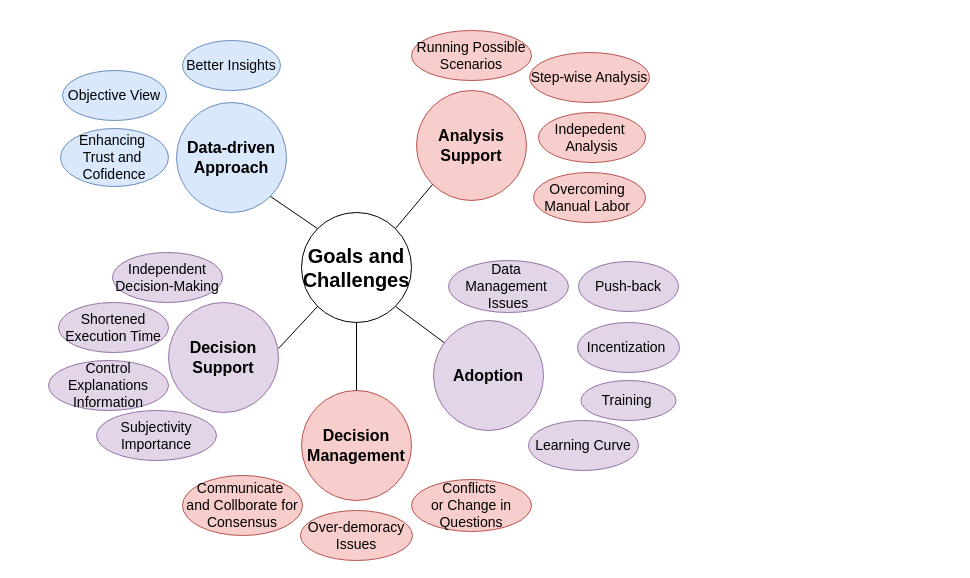
This is ext/biz-findings-coherence.drawio from raeeschaudhary/Coursera_Exams, a draw.io file, before an edit. Source tidied: cells renumbered, new cells numbered last; positions are measured from the earlier drawing's top-left corner, leaving out a move shared by most shapes. Both pictures are drawn from the tidied source at 100%, with x=0, y=0 at pixel (48, 30).
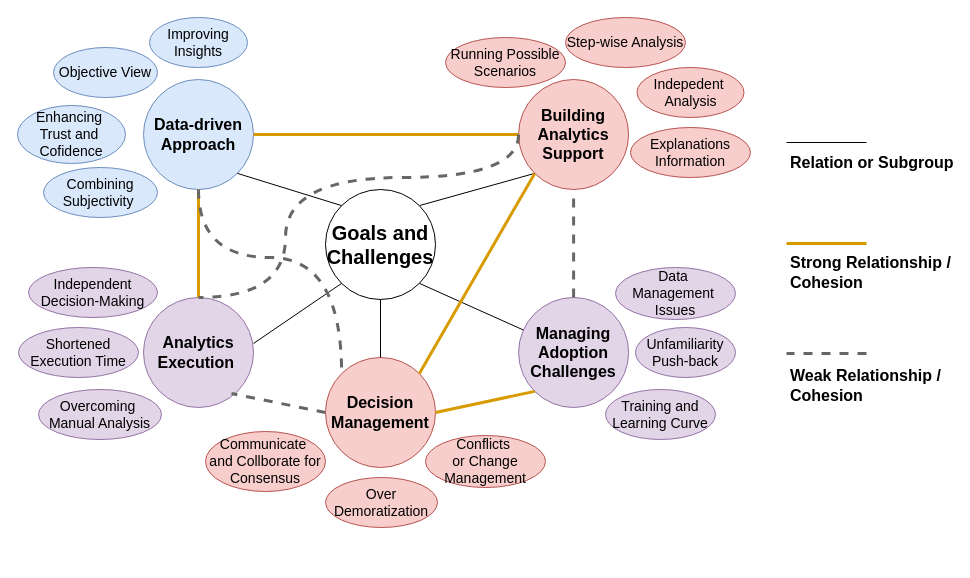
The same page after the edit.

Diff of the diagram source:
```diff
@@
     <mxCell id="2" value="Data-driven Approach" style="ellipse;whiteSpace=wrap;html=1;fontFamily=corbel;fontSize=16;fontStyle=1;fillColor=#dae8fc;strokeColor=#6c8ebf;" parent="1" vertex="1">
-      <mxGeometry x="128" y="72" width="110" height="110" as="geometry" />
+      <mxGeometry x="95" y="49" width="110" height="110" as="geometry" />
     </mxCell>
-    <mxCell id="3" value="Analysis Support" style="ellipse;whiteSpace=wrap;html=1;fontFamily=corbel;fontSize=16;fontStyle=1;fillColor=#f8cecc;strokeColor=#b85450;" parent="1" vertex="1">
-      <mxGeometry x="368" y="60" width="110" height="110" as="geometry" />
+    <mxCell id="3" value="Building Analytics Support" style="ellipse;whiteSpace=wrap;html=1;fontFamily=corbel;fontSize=16;fontStyle=1;fillColor=#f8cecc;strokeColor=#b85450;" parent="1" vertex="1">
+      <mxGeometry x="470.1" y="49" width="110" height="110" as="geometry" />
     </mxCell>
-    <mxCell id="4" value="Adoption" style="ellipse;whiteSpace=wrap;html=1;fontFamily=corbel;fontSize=16;fontStyle=1;fillColor=#e1d5e7;strokeColor=#9673a6;" parent="1" vertex="1">
-      <mxGeometry x="385" y="290" width="110" height="110" as="geometry" />
+    <mxCell id="4" value="Managing Adoption&lt;div&gt;Challenges&lt;/div&gt;" style="ellipse;whiteSpace=wrap;html=1;fontFamily=corbel;fontSize=16;fontStyle=1;fillColor=#e1d5e7;strokeColor=#9673a6;" parent="1" vertex="1">
+      <mxGeometry x="470.1" y="267" width="110" height="110" as="geometry" />
     </mxCell>
-    <mxCell id="5" value="Decision Support" style="ellipse;whiteSpace=wrap;html=1;fontFamily=corbel;fontSize=16;fontStyle=1;fillColor=#e1d5e7;strokeColor=#9673a6;" parent="1" vertex="1">
-      <mxGeometry x="120" y="272" width="110" height="110" as="geometry" />
+    <mxCell id="5" value="Analytics Execution&amp;nbsp;" style="ellipse;whiteSpace=wrap;html=1;fontFamily=corbel;fontSize=16;fontStyle=1;fillColor=#e1d5e7;strokeColor=#9673a6;" parent="1" vertex="1">
+      <mxGeometry x="95" y="267" width="110" height="110" as="geometry" />
     </mxCell>
     <mxCell id="6" value="Decision Management" style="ellipse;whiteSpace=wrap;html=1;fontFamily=corbel;fontSize=16;fontStyle=1;fillColor=#f8cecc;strokeColor=#b85450;" parent="1" vertex="1">
-      <mxGeometry x="253" y="360" width="110" height="110" as="geometry" />
+      <mxGeometry x="277" y="327" width="110" height="110" as="geometry" />
     </mxCell>
@@
     <mxCell id="8" value="Goals and Challenges" style="ellipse;whiteSpace=wrap;html=1;fontFamily=corbel;fontSize=20;fontStyle=1;" parent="1" vertex="1">
-      <mxGeometry x="253" y="182" width="110" height="110" as="geometry" />
+      <mxGeometry x="277" y="159" width="110" height="110" as="geometry" />
     </mxCell>
-    <mxCell id="9" value="Subjectivity Importance" style="ellipse;whiteSpace=wrap;html=1;fontFamily=corbel;fontSize=14;fillColor=#e1d5e7;strokeColor=#9673a6;" parent="1" vertex="1">
-      <mxGeometry x="48" y="380" width="120" height="50" as="geometry" />
+    <mxCell id="9" value="Combining Subjectivity&amp;nbsp;" style="ellipse;whiteSpace=wrap;html=1;fontFamily=corbel;fontSize=14;fillColor=#dae8fc;strokeColor=#6c8ebf;" parent="1" vertex="1">
+      <mxGeometry x="-5" y="137" width="114" height="50" as="geometry" />
     </mxCell>
     <mxCell id="10" value="Running Possible Scenarios" style="ellipse;whiteSpace=wrap;html=1;fontFamily=corbel;fontSize=14;fillColor=#f8cecc;strokeColor=#b85450;" parent="1" vertex="1">
-      <mxGeometry x="363" width="120" height="50" as="geometry" />
+      <mxGeometry x="397" y="7" width="120" height="50" as="geometry" />
     </mxCell>
     <mxCell id="11" value="Step-wise Analysis" style="ellipse;whiteSpace=wrap;html=1;fontFamily=corbel;fontSize=14;fillColor=#f8cecc;strokeColor=#b85450;" parent="1" vertex="1">
-      <mxGeometry x="481" y="22" width="120" height="50" as="geometry" />
+      <mxGeometry x="517" y="-13" width="120" height="50" as="geometry" />
     </mxCell>
     <mxCell id="12" value="Indepedent&amp;nbsp;&lt;div&gt;Analysis&lt;/div&gt;" style="ellipse;whiteSpace=wrap;html=1;fontFamily=corbel;fontSize=14;fillColor=#f8cecc;strokeColor=#b85450;" parent="1" vertex="1">
-      <mxGeometry x="490" y="82" width="107" height="50" as="geometry" />
+      <mxGeometry x="588.5" y="37" width="107" height="50" as="geometry" />
     </mxCell>
-    <mxCell id="13" value="Overcoming&amp;nbsp;&lt;div&gt;Manual Labor&amp;nbsp;&lt;/div&gt;" style="ellipse;whiteSpace=wrap;html=1;fontFamily=corbel;fontSize=14;fillColor=#f8cecc;strokeColor=#b85450;" parent="1" vertex="1">
-      <mxGeometry x="485" y="142" width="112" height="50" as="geometry" />
+    <mxCell id="13" value="Overcoming&amp;nbsp;&lt;div&gt;Manual Analysis&lt;/div&gt;" style="ellipse;whiteSpace=wrap;html=1;fontFamily=corbel;fontSize=14;fillColor=#e1d5e7;strokeColor=#9673a6;" parent="1" vertex="1">
+      <mxGeometry x="-10" y="359" width="123" height="50" as="geometry" />
     </mxCell>
@@
     <mxCell id="15" value="Objective View" style="ellipse;whiteSpace=wrap;html=1;fontFamily=corbel;fontSize=14;fillColor=#dae8fc;strokeColor=#6c8ebf;" parent="1" vertex="1">
-      <mxGeometry x="14" y="40" width="104" height="50" as="geometry" />
+      <mxGeometry x="5" y="17" width="104" height="50" as="geometry" />
     </mxCell>
-    <mxCell id="16" value="Better Insights" style="ellipse;whiteSpace=wrap;html=1;fontFamily=corbel;fontSize=14;fillColor=#dae8fc;strokeColor=#6c8ebf;" parent="1" vertex="1">
-      <mxGeometry x="134" y="10" width="98" height="50" as="geometry" />
+    <mxCell id="16" value="Improving Insights" style="ellipse;whiteSpace=wrap;html=1;fontFamily=corbel;fontSize=14;fillColor=#dae8fc;strokeColor=#6c8ebf;" parent="1" vertex="1">
+      <mxGeometry x="101" y="-13" width="98" height="50" as="geometry" />
     </mxCell>
     <mxCell id="17" value="Enhancing&amp;nbsp;&lt;div&gt;Trust and&amp;nbsp;&lt;/div&gt;&lt;div&gt;Cofidence&lt;/div&gt;" style="ellipse;whiteSpace=wrap;html=1;fontFamily=corbel;fontSize=14;fillColor=#dae8fc;strokeColor=#6c8ebf;" parent="1" vertex="1">
-      <mxGeometry x="12" y="98" width="108" height="58" as="geometry" />
+      <mxGeometry x="-31" y="75" width="108" height="58" as="geometry" />
     </mxCell>
@@
     <mxCell id="19" value="Independent Decision-Making" style="ellipse;whiteSpace=wrap;html=1;fontFamily=corbel;fontSize=14;fillColor=#e1d5e7;strokeColor=#9673a6;" parent="1" vertex="1">
-      <mxGeometry x="64" y="222" width="110" height="50" as="geometry" />
+      <mxGeometry x="-20" y="237" width="129" height="50" as="geometry" />
     </mxCell>
     <mxCell id="20" value="Shortened Execution Time" style="ellipse;whiteSpace=wrap;html=1;fontFamily=corbel;fontSize=14;fillColor=#e1d5e7;strokeColor=#9673a6;" parent="1" vertex="1">
-      <mxGeometry x="10" y="272" width="110" height="50" as="geometry" />
+      <mxGeometry x="-30" y="297" width="120" height="50" as="geometry" />
     </mxCell>
-    <mxCell id="21" value="Control&lt;div&gt;Explanations&lt;/div&gt;&lt;div&gt;Information&lt;/div&gt;" style="ellipse;whiteSpace=wrap;html=1;fontFamily=corbel;fontSize=14;fillColor=#e1d5e7;strokeColor=#9673a6;" parent="1" vertex="1">
-      <mxGeometry y="330" width="120" height="50" as="geometry" />
+    <mxCell id="21" value="&lt;div&gt;Explanations&lt;/div&gt;&lt;div&gt;Information&lt;/div&gt;" style="ellipse;whiteSpace=wrap;html=1;fontFamily=corbel;fontSize=14;fillColor=#f8cecc;strokeColor=#b85450;" parent="1" vertex="1">
+      <mxGeometry x="582" y="97" width="120" height="50" as="geometry" />
     </mxCell>
@@
     <mxCell id="23" value="Data&amp;nbsp;&lt;div&gt;Management&amp;nbsp;&lt;/div&gt;&lt;div&gt;Issues&lt;/div&gt;" style="ellipse;whiteSpace=wrap;html=1;fontFamily=corbel;fontSize=14;fillColor=#e1d5e7;strokeColor=#9673a6;" parent="1" vertex="1">
-      <mxGeometry x="400" y="230" width="120" height="52" as="geometry" />
+      <mxGeometry x="567" y="237" width="120" height="52" as="geometry" />
     </mxCell>
     <mxCell id="24" value="Communicate&amp;nbsp;&lt;div&gt;and Collborate for Consensus&lt;/div&gt;" style="ellipse;whiteSpace=wrap;html=1;fontFamily=corbel;fontSize=14;fillColor=#f8cecc;strokeColor=#b85450;" parent="1" vertex="1">
-      <mxGeometry x="134" y="445" width="120" height="60" as="geometry" />
+      <mxGeometry x="157" y="401" width="120" height="60" as="geometry" />
     </mxCell>
-    <mxCell id="25" value="Conflicts&amp;nbsp;&lt;div&gt;or&amp;nbsp;&lt;span style=&quot;background-color: transparent; color: light-dark(rgb(0, 0, 0), rgb(255, 255, 255));&quot;&gt;Change in Questions&lt;/span&gt;&lt;/div&gt;" style="ellipse;whiteSpace=wrap;html=1;fontFamily=corbel;fontSize=14;fillColor=#f8cecc;strokeColor=#b85450;" parent="1" vertex="1">
-      <mxGeometry x="363" y="449" width="120" height="52" as="geometry" />
+    <mxCell id="25" value="Conflicts&amp;nbsp;&lt;div&gt;or&amp;nbsp;&lt;span style=&quot;background-color: transparent; color: light-dark(rgb(0, 0, 0), rgb(255, 255, 255));&quot;&gt;Change Management&lt;/span&gt;&lt;/div&gt;" style="ellipse;whiteSpace=wrap;html=1;fontFamily=corbel;fontSize=14;fillColor=#f8cecc;strokeColor=#b85450;" parent="1" vertex="1">
+      <mxGeometry x="377" y="405" width="120" height="52" as="geometry" />
     </mxCell>
-    <mxCell id="26" value="Over-demoracy Issues" style="ellipse;whiteSpace=wrap;html=1;fontFamily=corbel;fontSize=14;fillColor=#f8cecc;strokeColor=#b85450;" parent="1" vertex="1">
-      <mxGeometry x="252" y="480" width="112" height="50" as="geometry" />
+    <mxCell id="26" value="Over&lt;div&gt;Demoratization&lt;/div&gt;" style="ellipse;whiteSpace=wrap;html=1;fontFamily=corbel;fontSize=14;fillColor=#f8cecc;strokeColor=#b85450;" parent="1" vertex="1">
+      <mxGeometry x="277" y="447" width="112" height="50" as="geometry" />
     </mxCell>
-    <mxCell id="27" value="Incentization&amp;nbsp;" style="ellipse;whiteSpace=wrap;html=1;fontFamily=corbel;fontSize=14;fillColor=#e1d5e7;strokeColor=#9673a6;" parent="1" vertex="1">
-      <mxGeometry x="529" y="292" width="102" height="50" as="geometry" />
-    </mxCell>
-    <mxCell id="28" value="Learning Curve" style="ellipse;whiteSpace=wrap;html=1;fontFamily=corbel;fontSize=14;fillColor=#e1d5e7;strokeColor=#9673a6;" parent="1" vertex="1">
-      <mxGeometry x="480" y="390" width="110" height="50" as="geometry" />
+    <mxCell id="28" value="Training and Learning Curve" style="ellipse;whiteSpace=wrap;html=1;fontFamily=corbel;fontSize=14;fillColor=#e1d5e7;strokeColor=#9673a6;" parent="1" vertex="1">
+      <mxGeometry x="557" y="359" width="110" height="50" as="geometry" />
     </mxCell>
-    <mxCell id="29" value="Training&amp;nbsp;" style="ellipse;whiteSpace=wrap;html=1;fontFamily=corbel;fontSize=14;fillColor=#e1d5e7;strokeColor=#9673a6;" parent="1" vertex="1">
-      <mxGeometry x="532.5" y="350" width="95" height="40" as="geometry" />
-    </mxCell>
-    <mxCell id="30" value="Push-back" style="ellipse;whiteSpace=wrap;html=1;fontFamily=corbel;fontSize=14;fillColor=#e1d5e7;strokeColor=#9673a6;" parent="1" vertex="1">
-      <mxGeometry x="530" y="231" width="100" height="50" as="geometry" />
+    <mxCell id="30" value="Unfamiliarity Push-back" style="ellipse;whiteSpace=wrap;html=1;fontFamily=corbel;fontSize=14;fillColor=#e1d5e7;strokeColor=#9673a6;" parent="1" vertex="1">
+      <mxGeometry x="587" y="297" width="100" height="50" as="geometry" />
     </mxCell>
@@
+    <mxCell id="32" style="rounded=0;orthogonalLoop=1;jettySize=auto;html=1;endArrow=none;endFill=0;fontFamily=corbel;fontSize=14;" parent="1" edge="1">
+      <mxGeometry relative="1" as="geometry">
+        <mxPoint x="818" y="112" as="sourcePoint" />
+        <mxPoint x="738" y="112" as="targetPoint" />
+      </mxGeometry>
+    </mxCell>
+    <mxCell id="33" style="rounded=0;orthogonalLoop=1;jettySize=auto;html=1;endArrow=none;endFill=0;fontFamily=corbel;fontSize=14;strokeWidth=3;strokeColor=#d79b00;fillColor=#ffe6cc;" parent="1" edge="1">
+      <mxGeometry relative="1" as="geometry">
+        <mxPoint x="738" y="213" as="sourcePoint" />
+        <mxPoint x="818" y="213" as="targetPoint" />
+        <Array as="points">
+          <mxPoint x="778" y="213" />
+        </Array>
+      </mxGeometry>
+    </mxCell>
+    <mxCell id="34" style="rounded=0;orthogonalLoop=1;jettySize=auto;html=1;endArrow=none;endFill=0;fontFamily=corbel;fontSize=14;strokeWidth=3;strokeColor=#666666;dashed=1;" parent="1" edge="1">
+      <mxGeometry relative="1" as="geometry">
+        <mxPoint x="818" y="323" as="sourcePoint" />
+        <mxPoint x="738" y="323" as="targetPoint" />
+      </mxGeometry>
+    </mxCell>
+    <mxCell id="35" style="rounded=0;jettySize=auto;html=1;endArrow=none;endFill=0;fontFamily=corbel;fontSize=14;strokeWidth=3;strokeColor=#d79b00;exitX=1;exitY=0.5;exitDx=0;exitDy=0;entryX=0;entryY=0.5;entryDx=0;entryDy=0;fillColor=#ffe6cc;" parent="1" edge="1" source="2" target="3">
+      <mxGeometry relative="1" as="geometry" />
+    </mxCell>
+    <mxCell id="36" style="rounded=0;jettySize=auto;html=1;endArrow=none;endFill=0;fontFamily=corbel;fontSize=14;strokeWidth=3;strokeColor=#d79b00;exitX=0.5;exitY=1;exitDx=0;exitDy=0;fillColor=#ffe6cc;" parent="1" edge="1" source="2" target="5">
+      <mxGeometry relative="1" as="geometry" />
+    </mxCell>
+    <mxCell id="37" style="rounded=0;jettySize=auto;html=1;endArrow=none;endFill=0;fontFamily=corbel;fontSize=14;strokeWidth=3;strokeColor=#666666;dashed=1;entryX=0.8;entryY=0.873;entryDx=0;entryDy=0;entryPerimeter=0;exitX=0;exitY=0.5;exitDx=0;exitDy=0;" parent="1" edge="1" source="6" target="5">
+      <mxGeometry relative="1" as="geometry" />
+    </mxCell>
+    <mxCell id="38" style="rounded=0;jettySize=auto;html=1;endArrow=none;endFill=0;fontFamily=corbel;fontSize=14;strokeWidth=3;strokeColor=#d79b00;exitX=0;exitY=1;exitDx=0;exitDy=0;entryX=1;entryY=0;entryDx=0;entryDy=0;fillColor=#ffe6cc;" parent="1" edge="1" source="3" target="6">
+      <mxGeometry relative="1" as="geometry" />
+    </mxCell>
+    <mxCell id="39" style="rounded=0;jettySize=auto;html=1;endArrow=none;endFill=0;fontFamily=corbel;fontSize=14;strokeWidth=3;strokeColor=#d79b00;exitX=0;exitY=1;exitDx=0;exitDy=0;entryX=1;entryY=0.5;entryDx=0;entryDy=0;fillColor=#ffe6cc;" parent="1" edge="1" source="4" target="6">
+      <mxGeometry relative="1" as="geometry" />
+    </mxCell>
+    <mxCell id="40" style="rounded=0;jettySize=auto;html=1;endArrow=none;endFill=0;fontFamily=corbel;fontSize=14;strokeWidth=3;strokeColor=#666666;dashed=1;entryX=0.5;entryY=0;entryDx=0;entryDy=0;exitX=0;exitY=0.5;exitDx=0;exitDy=0;edgeStyle=orthogonalEdgeStyle;curved=1;" parent="1" edge="1" source="3" target="5">
+      <mxGeometry relative="1" as="geometry">
+        <Array as="points">
+          <mxPoint x="470" y="147" />
+          <mxPoint x="237" y="147" />
+          <mxPoint x="237" y="267" />
+        </Array>
+      </mxGeometry>
+    </mxCell>
+    <mxCell id="41" style="rounded=0;jettySize=auto;html=1;endArrow=none;endFill=0;fontFamily=corbel;fontSize=14;strokeWidth=3;strokeColor=#666666;dashed=1;entryX=0.5;entryY=1;entryDx=0;entryDy=0;exitX=0.5;exitY=0;exitDx=0;exitDy=0;" parent="1" edge="1" source="4" target="3">
+      <mxGeometry relative="1" as="geometry" />
+    </mxCell>
+    <mxCell id="42" style="rounded=0;jettySize=auto;html=1;endArrow=none;endFill=0;fontFamily=corbel;fontSize=14;strokeWidth=3;strokeColor=#666666;dashed=1;entryX=0;entryY=0;entryDx=0;entryDy=0;exitX=0.5;exitY=1;exitDx=0;exitDy=0;edgeStyle=orthogonalEdgeStyle;curved=1;" parent="1" edge="1" source="2" target="6">
+      <mxGeometry relative="1" as="geometry">
+        <Array as="points">
+          <mxPoint x="150" y="227" />
+          <mxPoint x="293" y="227" />
+        </Array>
+      </mxGeometry>
+    </mxCell>
+    <mxCell id="43" value="Relation or Subgroup" style="text;html=1;align=left;verticalAlign=middle;strokeColor=none;fillColor=none;fontSize=16;fontFamily=corbel;fontStyle=1;" parent="1" vertex="1">
+      <mxGeometry x="740" y="117" width="160" height="30" as="geometry" />
+    </mxCell>
+    <mxCell id="44" value="Strong Relationship /&lt;div&gt;Cohesion&lt;/div&gt;" style="text;html=1;align=left;verticalAlign=middle;strokeColor=none;fillColor=none;fontSize=16;fontFamily=corbel;fontStyle=1;" parent="1" vertex="1">
+      <mxGeometry x="740" y="217" width="160" height="50" as="geometry" />
+    </mxCell>
+    <mxCell id="45" value="Weak Relationship /&lt;div&gt;Cohesion&lt;/div&gt;" style="text;html=1;align=left;verticalAlign=middle;strokeColor=none;fillColor=none;fontSize=16;fontFamily=corbel;fontStyle=1;" parent="1" vertex="1">
+      <mxGeometry x="740" y="330" width="150" height="50" as="geometry" />
+    </mxCell>
```
